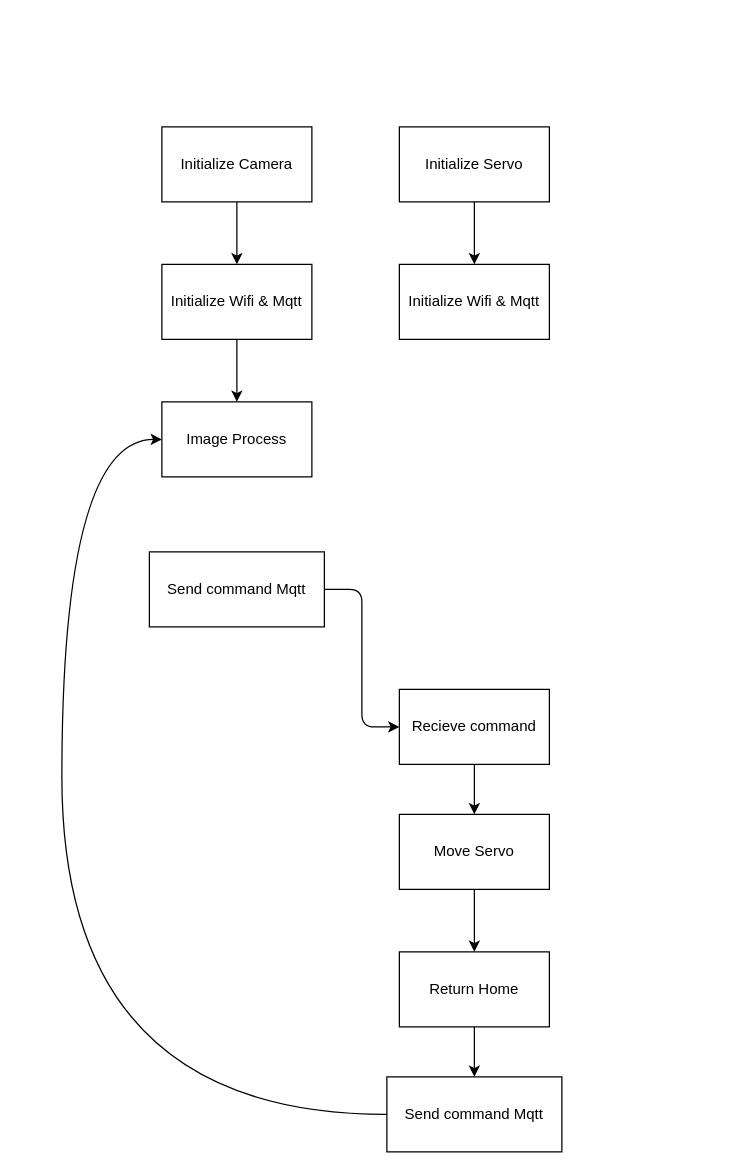
PeemChirapornchai/Waste-Management-System keeps this draw.io diagram as state.drawio. Above is the earlier version. Source tidied: cells renumbered, new cells numbered last; positions are measured from the earlier drawing's top-left corner, leaving out a move shared by most shapes. Both pictures are drawn from the tidied source at 125%, with x=0, y=0 at pixel (61, 126).
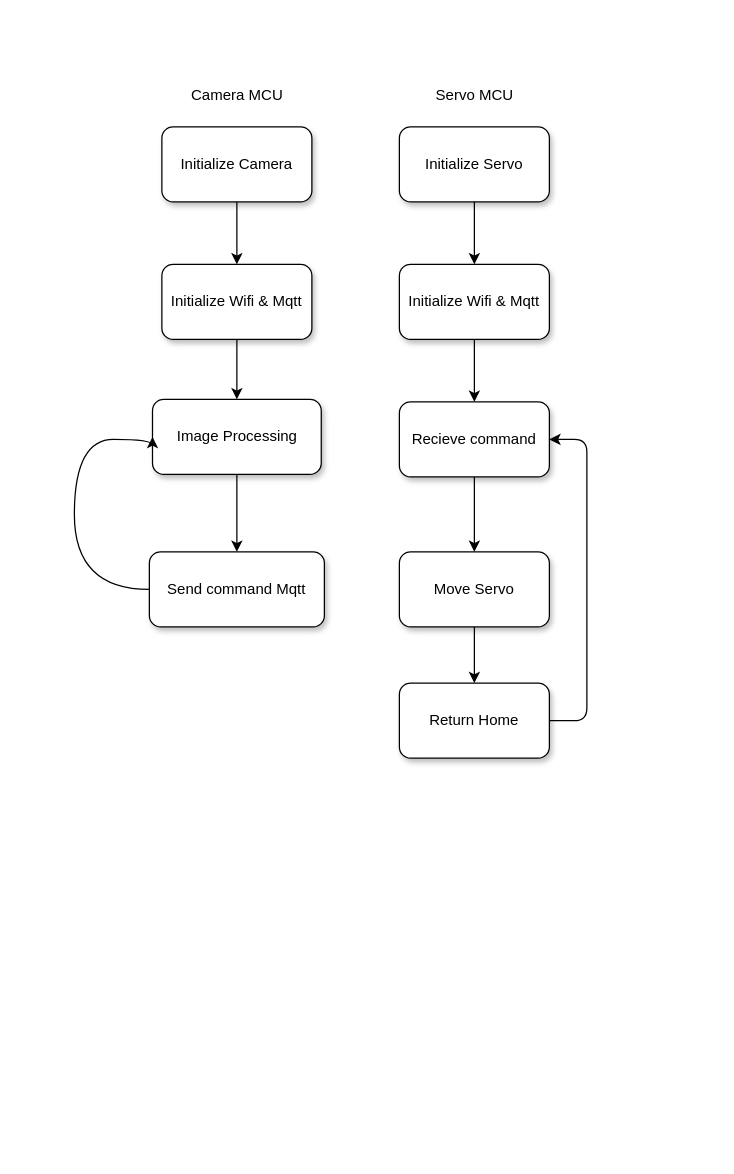
The same diagram, later.

Commit message (it also covers changes not shown here):
Update README and state diagram to enhance project clarity and detail objectives

What changed in the source:
```diff
@@
-<mxGraphModel>
+<mxGraphModel background="#ffffff">
@@
+    <mxCell id="20" style="rounded=1;whiteSpace=wrap;html=1;glass=0;strokeColor=none;" parent="1" vertex="1">
+      <mxGeometry x="-32" y="-84" width="553" height="648" as="geometry" />
+    </mxCell>
@@
-    <mxCell id="3" value="Initialize Camera" style="whiteSpace=wrap;html=1;" parent="1" vertex="1">
+    <mxCell id="3" value="Initialize Camera" style="whiteSpace=wrap;html=1;rounded=1;shadow=1;glass=0;" parent="1" vertex="1">
       <mxGeometry x="80" width="120" height="60" as="geometry" />
     </mxCell>
@@
-    <mxCell id="5" value="Initialize Servo" style="whiteSpace=wrap;html=1;" parent="1" vertex="1">
+    <mxCell id="5" value="Initialize Servo" style="whiteSpace=wrap;html=1;rounded=1;shadow=1;glass=0;" parent="1" vertex="1">
       <mxGeometry x="270" width="120" height="60" as="geometry" />
     </mxCell>
@@
-    <mxCell id="7" value="Initialize Wifi &amp;amp; Mqtt" style="whiteSpace=wrap;html=1;" parent="1" vertex="1">
+    <mxCell id="7" value="Initialize Wifi &amp;amp; Mqtt" style="whiteSpace=wrap;html=1;rounded=1;shadow=1;glass=0;" parent="1" vertex="1">
       <mxGeometry x="80" y="110" width="120" height="60" as="geometry" />
     </mxCell>
+    <mxCell id="21" style="edgeStyle=none;html=1;entryX=0.5;entryY=0;entryDx=0;entryDy=0;" parent="1" edge="1" source="8" target="13">
+      <mxGeometry relative="1" as="geometry" />
+    </mxCell>
-    <mxCell id="8" value="Initialize Wifi &amp;amp; Mqtt" style="whiteSpace=wrap;html=1;" parent="1" vertex="1">
+    <mxCell id="8" value="Initialize Wifi &amp;amp; Mqtt" style="whiteSpace=wrap;html=1;rounded=1;shadow=1;glass=0;" parent="1" vertex="1">
       <mxGeometry x="270" y="110" width="120" height="60" as="geometry" />
     </mxCell>
+    <mxCell id="22" style="edgeStyle=none;html=1;" parent="1" edge="1" source="9" target="11">
+      <mxGeometry relative="1" as="geometry" />
+    </mxCell>
-    <mxCell id="9" value="Image Process" style="whiteSpace=wrap;html=1;" parent="1" vertex="1">
-      <mxGeometry x="80" y="220" width="120" height="60" as="geometry" />
+    <mxCell id="9" value="Image Processing" style="whiteSpace=wrap;html=1;rounded=1;shadow=1;glass=0;" parent="1" vertex="1">
+      <mxGeometry x="72.5" y="218" width="135" height="60" as="geometry" />
     </mxCell>
-    <mxCell id="10" style="edgeStyle=entityRelationEdgeStyle;html=1;entryX=0;entryY=0.5;entryDx=0;entryDy=0;" parent="1" edge="1" source="11" target="13">
-      <mxGeometry relative="1" as="geometry" />
-    </mxCell>
+    <mxCell id="23" style="edgeStyle=orthogonalEdgeStyle;html=1;entryX=0;entryY=0.5;entryDx=0;entryDy=0;curved=1;exitX=0;exitY=0.5;exitDx=0;exitDy=0;" parent="1" edge="1" source="11" target="9">
+      <mxGeometry relative="1" as="geometry">
+        <Array as="points">
+          <mxPoint x="10" y="370" />
+          <mxPoint x="10" y="250" />
+          <mxPoint x="73" y="250" />
+        </Array>
+      </mxGeometry>
+    </mxCell>
-    <mxCell id="11" value="Send command Mqtt" style="whiteSpace=wrap;html=1;" parent="1" vertex="1">
+    <mxCell id="11" value="Send command Mqtt" style="whiteSpace=wrap;html=1;rounded=1;shadow=1;glass=0;" parent="1" vertex="1">
       <mxGeometry x="70" y="340" width="140" height="60" as="geometry" />
     </mxCell>
@@
-    <mxCell id="13" value="Recieve command" style="whiteSpace=wrap;html=1;" parent="1" vertex="1">
-      <mxGeometry x="270" y="450" width="120" height="60" as="geometry" />
+    <mxCell id="13" value="Recieve command" style="whiteSpace=wrap;html=1;rounded=1;shadow=1;glass=0;" parent="1" vertex="1">
+      <mxGeometry x="270" y="220" width="120" height="60" as="geometry" />
     </mxCell>
@@
-    <mxCell id="15" value="Move Servo" style="whiteSpace=wrap;html=1;" parent="1" vertex="1">
-      <mxGeometry x="270" y="550" width="120" height="60" as="geometry" />
+    <mxCell id="15" value="Move Servo" style="whiteSpace=wrap;html=1;rounded=1;shadow=1;glass=0;" parent="1" vertex="1">
+      <mxGeometry x="270" y="340" width="120" height="60" as="geometry" />
     </mxCell>
-    <mxCell id="16" style="edgeStyle=none;html=1;" parent="1" edge="1" source="17" target="19">
-      <mxGeometry relative="1" as="geometry" />
-    </mxCell>
+    <mxCell id="24" style="edgeStyle=entityRelationEdgeStyle;html=1;exitX=1;exitY=0.5;exitDx=0;exitDy=0;entryX=1;entryY=0.5;entryDx=0;entryDy=0;" parent="1" edge="1" source="17" target="13">
+      <mxGeometry relative="1" as="geometry">
+        <Array as="points">
+          <mxPoint x="510" y="350" />
+          <mxPoint x="520" y="360" />
+          <mxPoint x="470" y="360" />
+          <mxPoint x="530" y="350" />
+          <mxPoint x="510" y="360" />
+        </Array>
+      </mxGeometry>
+    </mxCell>
-    <mxCell id="17" value="Return Home" style="whiteSpace=wrap;html=1;" parent="1" vertex="1">
-      <mxGeometry x="270" y="660" width="120" height="60" as="geometry" />
+    <mxCell id="17" value="Return Home" style="whiteSpace=wrap;html=1;rounded=1;shadow=1;glass=0;" parent="1" vertex="1">
+      <mxGeometry x="270" y="445" width="120" height="60" as="geometry" />
     </mxCell>
-    <mxCell id="18" style="edgeStyle=orthogonalEdgeStyle;html=1;entryX=0;entryY=0.5;entryDx=0;entryDy=0;curved=1;" parent="1" edge="1" source="19" target="9">
-      <mxGeometry relative="1" as="geometry">
-        <Array as="points">
-          <mxPoint y="790" />
-          <mxPoint y="250" />
-        </Array>
-      </mxGeometry>
-    </mxCell>
-    <mxCell id="19" value="Send command Mqtt" style="whiteSpace=wrap;html=1;" parent="1" vertex="1">
-      <mxGeometry x="260" y="760" width="140" height="60" as="geometry" />
-    </mxCell>
+    <mxCell id="25" value="Camera MCU" style="text;html=1;align=center;verticalAlign=middle;whiteSpace=wrap;rounded=0;" parent="1" vertex="1">
+      <mxGeometry x="85.5" y="-40" width="109" height="30" as="geometry" />
+    </mxCell>
+    <mxCell id="26" value="Servo MCU" style="text;html=1;align=center;verticalAlign=middle;whiteSpace=wrap;rounded=0;" parent="1" vertex="1">
+      <mxGeometry x="275.5" y="-40" width="109" height="30" as="geometry" />
+    </mxCell>
```
